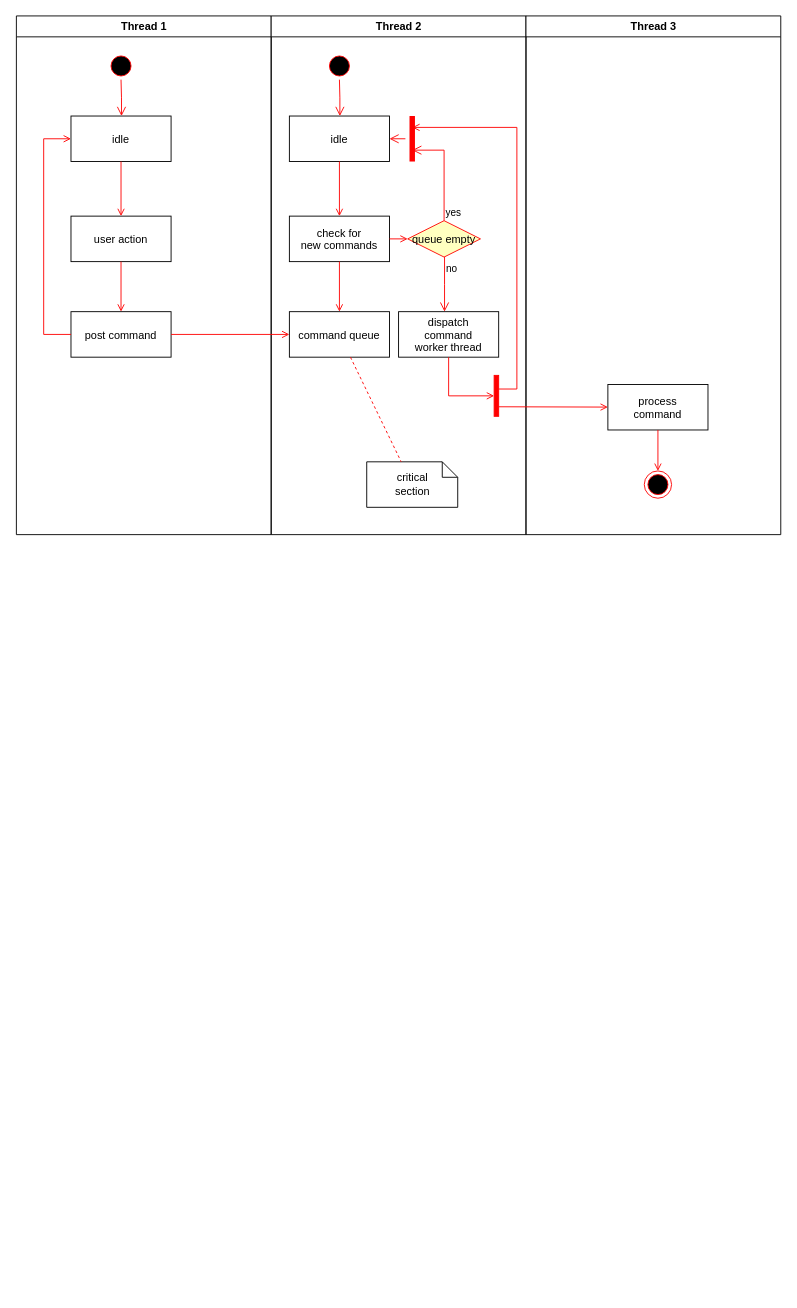
nhuthinh0258/Usecase keeps this draw.io diagram as activityDiagram.drawio. Above is the earlier version. Source tidied: cells renumbered, new cells numbered last; positions are measured from the earlier drawing's top-left corner, leaving out a move shared by most shapes. Both pictures are drawn from the tidied source at 91%, with x=0, y=0 at pixel (15, 15).
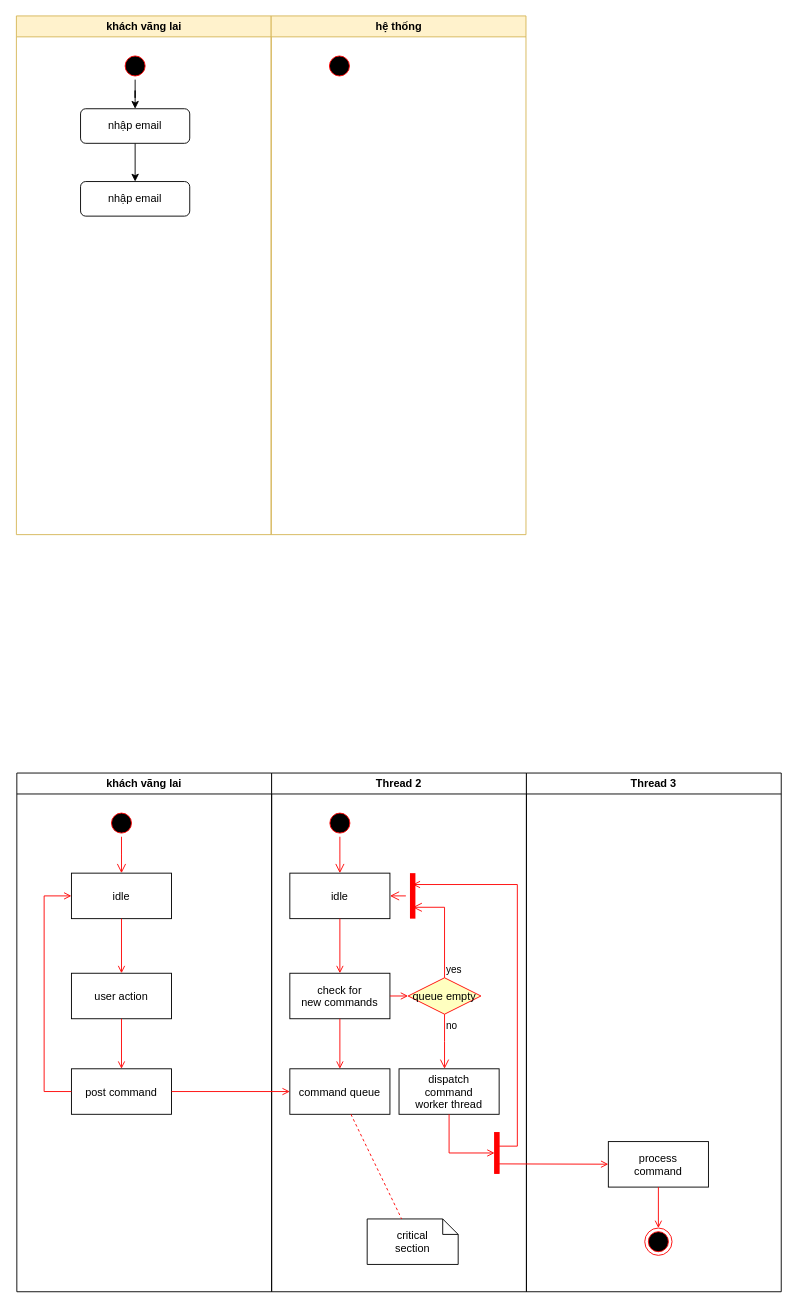
The same diagram, later.

Commit message:
Cập nhật activityDiagram.drawio

The change refers to these unchanged cells:
```xml
<mxCell id="31" value="process&#10;command" parent="30" vertex="1">
  <mxGeometry x="90" y="405" width="110" height="50" as="geometry" />
</mxCell>
```

What changed in the source:
```diff
@@
-    <mxCell id="2" value="Thread 1" style="swimlane;whiteSpace=wrap;" parent="1" vertex="1">
+    <mxCell id="2" value="khách vãng lai" style="swimlane;whiteSpace=wrap;fillColor=#fff2cc;strokeColor=#d6b656;" parent="1" vertex="1">
       <mxGeometry x="0.5" width="280" height="570" as="geometry" />
     </mxCell>
+    <mxCell id="37" style="edgeStyle=orthogonalEdgeStyle;rounded=0;jettySize=auto;html=1;" parent="2" edge="1" source="3" target="39">
+      <mxGeometry relative="1" as="geometry" />
+    </mxCell>
     <mxCell id="3" style="ellipse;shape=startState;fillColor=#000000;strokeColor=#ff0000;" parent="2" vertex="1">
-      <mxGeometry x="100" y="40" width="30" height="30" as="geometry" />
+      <mxGeometry x="115.5" y="40" width="30" height="30" as="geometry" />
     </mxCell>
-    <mxCell id="4" style="edgeStyle=elbowEdgeStyle;elbow=horizontal;verticalAlign=bottom;endArrow=open;endSize=8;strokeColor=#FF0000;endFill=1;rounded=0;" parent="2" edge="1" source="3" target="5">
-      <mxGeometry x="100" y="40" as="geometry" />
-    </mxCell>
+    <mxCell id="38" style="edgeStyle=orthogonalEdgeStyle;rounded=0;jettySize=auto;html=1;" parent="2" edge="1" source="39" target="40">
+      <mxGeometry relative="1" as="geometry" />
+    </mxCell>
+    <mxCell id="39" value="nhập email" style="rounded=1;whiteSpace=wrap;html=1;" parent="2" vertex="1">
+      <mxGeometry x="70.5" y="102" width="120" height="38" as="geometry" />
+    </mxCell>
+    <mxCell id="40" value="nhập email" style="rounded=1;whiteSpace=wrap;html=1;" parent="2" vertex="1">
+      <mxGeometry x="70.5" y="182" width="120" height="38" as="geometry" />
+    </mxCell>
+    <mxCell id="11" value="hệ thống" style="swimlane;whiteSpace=wrap;fillColor=#fff2cc;strokeColor=#d6b656;" parent="1" vertex="1">
+      <mxGeometry x="280.5" width="280" height="570" as="geometry" />
+    </mxCell>
+    <mxCell id="12" style="ellipse;shape=startState;fillColor=#000000;strokeColor=#ff0000;" parent="11" vertex="1">
+      <mxGeometry x="60" y="40" width="30" height="30" as="geometry" />
+    </mxCell>
+    <mxCell id="41" value="khách vãng lai" style="swimlane;whiteSpace=wrap;" parent="1" vertex="1">
+      <mxGeometry x="1" y="832" width="280" height="570" as="geometry" />
+    </mxCell>
+    <mxCell id="42" style="ellipse;shape=startState;fillColor=#000000;strokeColor=#ff0000;" parent="41" vertex="1">
+      <mxGeometry x="100" y="40" width="30" height="30" as="geometry" />
+    </mxCell>
+    <mxCell id="43" style="edgeStyle=elbowEdgeStyle;elbow=horizontal;verticalAlign=bottom;endArrow=open;endSize=8;strokeColor=#FF0000;endFill=1;rounded=0;" parent="41" edge="1" source="42" target="5">
+      <mxGeometry x="100" y="40" as="geometry" />
+    </mxCell>
-    <mxCell id="5" value="idle" parent="2" vertex="1">
+    <mxCell id="5" value="idle" parent="41" vertex="1">
       <mxGeometry x="60" y="110" width="110" height="50" as="geometry" />
     </mxCell>
-    <mxCell id="6" value="user action" parent="2" vertex="1">
+    <mxCell id="6" value="user action" parent="41" vertex="1">
       <mxGeometry x="60" y="220" width="110" height="50" as="geometry" />
     </mxCell>
-    <mxCell id="7" style="endArrow=open;strokeColor=#FF0000;endFill=1;rounded=0;" parent="2" edge="1" source="5" target="6">
+    <mxCell id="7" style="endArrow=open;strokeColor=#FF0000;endFill=1;rounded=0;" parent="41" edge="1" source="5" target="6">
       <mxGeometry relative="1" as="geometry" />
     </mxCell>
-    <mxCell id="8" value="post command" parent="2" vertex="1">
+    <mxCell id="8" value="post command" parent="41" vertex="1">
       <mxGeometry x="60" y="325" width="110" height="50" as="geometry" />
     </mxCell>
-    <mxCell id="9" style="endArrow=open;strokeColor=#FF0000;endFill=1;rounded=0;" parent="2" edge="1" source="6" target="8">
+    <mxCell id="9" style="endArrow=open;strokeColor=#FF0000;endFill=1;rounded=0;" parent="41" edge="1" source="6" target="8">
       <mxGeometry relative="1" as="geometry" />
     </mxCell>
-    <mxCell id="10" style="edgeStyle=elbowEdgeStyle;elbow=horizontal;strokeColor=#FF0000;endArrow=open;endFill=1;rounded=0;" parent="2" edge="1" source="8" target="5">
+    <mxCell id="10" style="edgeStyle=elbowEdgeStyle;elbow=horizontal;strokeColor=#FF0000;endArrow=open;endFill=1;rounded=0;" parent="41" edge="1" source="8" target="5">
       <mxGeometry relative="1" as="geometry">
         <Array as="points">
           <mxPoint x="30" y="250" />
         </Array>
       </mxGeometry>
     </mxCell>
-    <mxCell id="11" value="Thread 2" style="swimlane;whiteSpace=wrap;" parent="1" vertex="1">
-      <mxGeometry x="280.5" width="280" height="570" as="geometry" />
-    </mxCell>
-    <mxCell id="12" style="ellipse;shape=startState;fillColor=#000000;strokeColor=#ff0000;" parent="11" vertex="1">
-      <mxGeometry x="60" y="40" width="30" height="30" as="geometry" />
-    </mxCell>
-    <mxCell id="13" style="edgeStyle=elbowEdgeStyle;elbow=horizontal;verticalAlign=bottom;endArrow=open;endSize=8;strokeColor=#FF0000;endFill=1;rounded=0;" parent="11" edge="1" source="12" target="14">
-      <mxGeometry x="40" y="20" as="geometry" />
-    </mxCell>
+    <mxCell id="44" value="Thread 2" style="swimlane;whiteSpace=wrap;" parent="1" vertex="1">
+      <mxGeometry x="281" y="832" width="280" height="570" as="geometry" />
+    </mxCell>
+    <mxCell id="45" style="ellipse;shape=startState;fillColor=#000000;strokeColor=#ff0000;" parent="44" vertex="1">
+      <mxGeometry x="60" y="40" width="30" height="30" as="geometry" />
+    </mxCell>
+    <mxCell id="46" style="edgeStyle=elbowEdgeStyle;elbow=horizontal;verticalAlign=bottom;endArrow=open;endSize=8;strokeColor=#FF0000;endFill=1;rounded=0;" parent="44" edge="1" source="45" target="14">
+      <mxGeometry x="40" y="20" as="geometry" />
+    </mxCell>
-    <mxCell id="14" value="idle" parent="11" vertex="1">
+    <mxCell id="14" value="idle" parent="44" vertex="1">
       <mxGeometry x="20" y="110" width="110" height="50" as="geometry" />
     </mxCell>
-    <mxCell id="15" value="check for &#10;new commands" parent="11" vertex="1">
+    <mxCell id="15" value="check for &#10;new commands" parent="44" vertex="1">
       <mxGeometry x="20" y="220" width="110" height="50" as="geometry" />
     </mxCell>
-    <mxCell id="16" style="endArrow=open;strokeColor=#FF0000;endFill=1;rounded=0;" parent="11" edge="1" source="14" target="15">
+    <mxCell id="16" style="endArrow=open;strokeColor=#FF0000;endFill=1;rounded=0;" parent="44" edge="1" source="14" target="15">
       <mxGeometry relative="1" as="geometry" />
     </mxCell>
-    <mxCell id="17" value="command queue" parent="11" vertex="1">
+    <mxCell id="17" value="command queue" parent="44" vertex="1">
       <mxGeometry x="20" y="325" width="110" height="50" as="geometry" />
     </mxCell>
-    <mxCell id="18" style="endArrow=open;strokeColor=#FF0000;endFill=1;rounded=0;" parent="11" edge="1" source="15" target="17">
+    <mxCell id="18" style="endArrow=open;strokeColor=#FF0000;endFill=1;rounded=0;" parent="44" edge="1" source="15" target="17">
       <mxGeometry relative="1" as="geometry" />
     </mxCell>
-    <mxCell id="19" value="queue empty" style="rhombus;fillColor=#ffffc0;strokeColor=#ff0000;" parent="11" vertex="1">
+    <mxCell id="19" value="queue empty" style="rhombus;fillColor=#ffffc0;strokeColor=#ff0000;" parent="44" vertex="1">
       <mxGeometry x="150" y="225" width="80" height="40" as="geometry" />
     </mxCell>
-    <mxCell id="20" value="yes" style="edgeStyle=elbowEdgeStyle;elbow=horizontal;align=left;verticalAlign=bottom;endArrow=open;endSize=8;strokeColor=#FF0000;exitX=0.5;exitY=0;endFill=1;rounded=0;entryX=0.75;entryY=0.5;entryPerimeter=0;" parent="11" edge="1" source="19" target="23">
+    <mxCell id="20" value="yes" style="edgeStyle=elbowEdgeStyle;elbow=horizontal;align=left;verticalAlign=bottom;endArrow=open;endSize=8;strokeColor=#FF0000;exitX=0.5;exitY=0;endFill=1;rounded=0;entryX=0.75;entryY=0.5;entryPerimeter=0;" parent="44" edge="1" source="19" target="23">
       <mxGeometry x="-1" relative="1" as="geometry">
         <Array as="points">
           <mxPoint x="190" y="180" />
         </Array>
       </mxGeometry>
     </mxCell>
-    <mxCell id="21" value="no" style="edgeStyle=elbowEdgeStyle;elbow=horizontal;align=left;verticalAlign=top;endArrow=open;endSize=8;strokeColor=#FF0000;endFill=1;rounded=0;" parent="11" edge="1" source="19" target="25">
+    <mxCell id="21" value="no" style="edgeStyle=elbowEdgeStyle;elbow=horizontal;align=left;verticalAlign=top;endArrow=open;endSize=8;strokeColor=#FF0000;endFill=1;rounded=0;" parent="44" edge="1" source="19" target="25">
       <mxGeometry x="-1" relative="1" as="geometry" />
     </mxCell>
-    <mxCell id="22" style="endArrow=open;strokeColor=#FF0000;endFill=1;rounded=0;" parent="11" edge="1" source="15" target="19">
+    <mxCell id="22" style="endArrow=open;strokeColor=#FF0000;endFill=1;rounded=0;" parent="44" edge="1" source="15" target="19">
       <mxGeometry relative="1" as="geometry" />
     </mxCell>
-    <mxCell id="23" style="shape=line;strokeWidth=6;strokeColor=#ff0000;rotation=90;" parent="11" vertex="1">
+    <mxCell id="23" style="shape=line;strokeWidth=6;strokeColor=#ff0000;rotation=90;" parent="44" vertex="1">
       <mxGeometry x="130" y="127.5" width="50" height="15" as="geometry" />
     </mxCell>
-    <mxCell id="24" style="edgeStyle=elbowEdgeStyle;elbow=horizontal;verticalAlign=bottom;endArrow=open;endSize=8;strokeColor=#FF0000;endFill=1;rounded=0;" parent="11" edge="1" source="23" target="14">
+    <mxCell id="24" style="edgeStyle=elbowEdgeStyle;elbow=horizontal;verticalAlign=bottom;endArrow=open;endSize=8;strokeColor=#FF0000;endFill=1;rounded=0;" parent="44" edge="1" source="23" target="14">
       <mxGeometry x="130" y="90" as="geometry" />
     </mxCell>
-    <mxCell id="25" value="dispatch&#10;command&#10;worker thread" parent="11" vertex="1">
+    <mxCell id="25" value="dispatch&#10;command&#10;worker thread" parent="44" vertex="1">
       <mxGeometry x="140" y="325" width="110" height="50" as="geometry" />
     </mxCell>
-    <mxCell id="26" value="critical&#10;section" style="shape=note;whiteSpace=wrap;size=17;" parent="11" vertex="1">
+    <mxCell id="26" value="critical&#10;section" style="shape=note;whiteSpace=wrap;size=17;" parent="44" vertex="1">
       <mxGeometry x="105" y="490" width="100" height="50" as="geometry" />
     </mxCell>
-    <mxCell id="27" style="endArrow=none;strokeColor=#FF0000;endFill=0;rounded=0;dashed=1;" parent="11" edge="1" source="17" target="26">
+    <mxCell id="27" style="endArrow=none;strokeColor=#FF0000;endFill=0;rounded=0;dashed=1;" parent="44" edge="1" source="17" target="26">
       <mxGeometry relative="1" as="geometry" />
     </mxCell>
-    <mxCell id="28" style="whiteSpace=wrap;strokeColor=#FF0000;fillColor=#FF0000;" parent="11" vertex="1">
+    <mxCell id="28" style="whiteSpace=wrap;strokeColor=#FF0000;fillColor=#FF0000;" parent="44" vertex="1">
       <mxGeometry x="245" y="395" width="5" height="45" as="geometry" />
     </mxCell>
-    <mxCell id="29" style="edgeStyle=elbowEdgeStyle;elbow=horizontal;entryX=0;entryY=0.5;strokeColor=#FF0000;endArrow=open;endFill=1;rounded=0;" parent="11" edge="1" source="25" target="28">
+    <mxCell id="29" style="edgeStyle=elbowEdgeStyle;elbow=horizontal;entryX=0;entryY=0.5;strokeColor=#FF0000;endArrow=open;endFill=1;rounded=0;" parent="44" edge="1" source="25" target="28">
       <mxGeometry relative="1" as="geometry">
         <Array as="points">
           <mxPoint x="195" y="400" />
         </Array>
       </mxGeometry>
     </mxCell>
     <mxCell id="30" value="Thread 3" style="swimlane;whiteSpace=wrap;" parent="1" vertex="1">
-      <mxGeometry x="560.5" width="280" height="570" as="geometry" />
+      <mxGeometry x="561" y="832" width="280" height="570" as="geometry" />
     </mxCell>
@@
-    <mxCell id="32" style="edgeStyle=elbowEdgeStyle;elbow=horizontal;strokeColor=#FF0000;endArrow=open;endFill=1;rounded=0;entryX=0.25;entryY=0.5;entryPerimeter=0;" parent="30" edge="1" target="23">
-      <mxGeometry relative="1" as="geometry">
-        <mxPoint x="-30" y="410" as="sourcePoint" />
-        <Array as="points">
-          <mxPoint x="-10" y="135" />
-        </Array>
-      </mxGeometry>
-    </mxCell>
-    <mxCell id="33" style="edgeStyle=none;strokeColor=#FF0000;endArrow=open;endFill=1;rounded=0;" parent="30" edge="1" target="31">
-      <mxGeometry relative="1" as="geometry">
-        <mxPoint x="-30" y="429.5" as="sourcePoint" />
-      </mxGeometry>
-    </mxCell>
+    <mxCell id="47" style="edgeStyle=elbowEdgeStyle;elbow=horizontal;strokeColor=#FF0000;endArrow=open;endFill=1;rounded=0;entryX=0.25;entryY=0.5;entryPerimeter=0;" parent="30" edge="1" target="23">
+      <mxGeometry relative="1" as="geometry">
+        <mxPoint x="-30" y="410" as="sourcePoint" />
+        <Array as="points">
+          <mxPoint x="-10" y="135" />
+        </Array>
+      </mxGeometry>
+    </mxCell>
+    <mxCell id="48" style="edgeStyle=none;strokeColor=#FF0000;endArrow=open;endFill=1;rounded=0;" parent="30" edge="1" target="31">
+      <mxGeometry relative="1" as="geometry">
+        <mxPoint x="-30" y="429.5" as="sourcePoint" />
+      </mxGeometry>
+    </mxCell>
```
